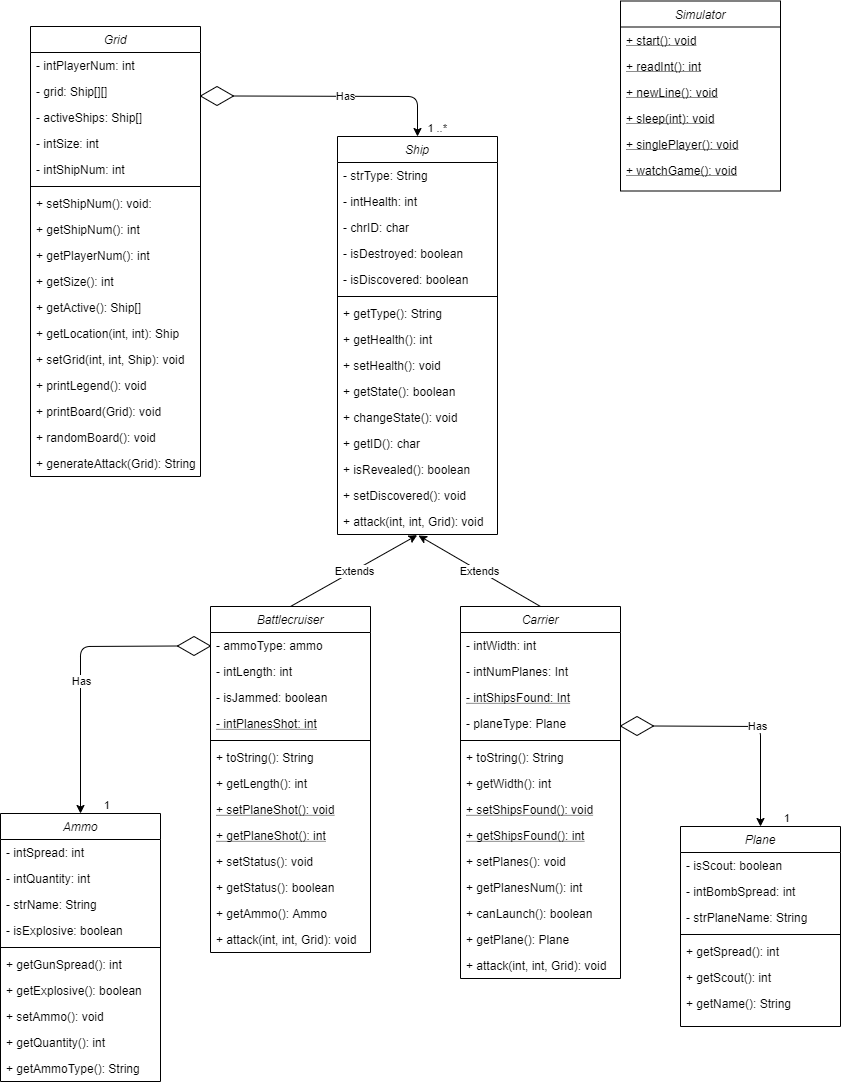
The draw.io diagram src/Class Diagram.png in SACHSTech/ics4u-oop-assignment-jeffreylin-21, before a commit. Source tidied: cells renumbered, new cells last; positions are measured from the earlier drawing's top-left corner, leaving out a move shared by most shapes.
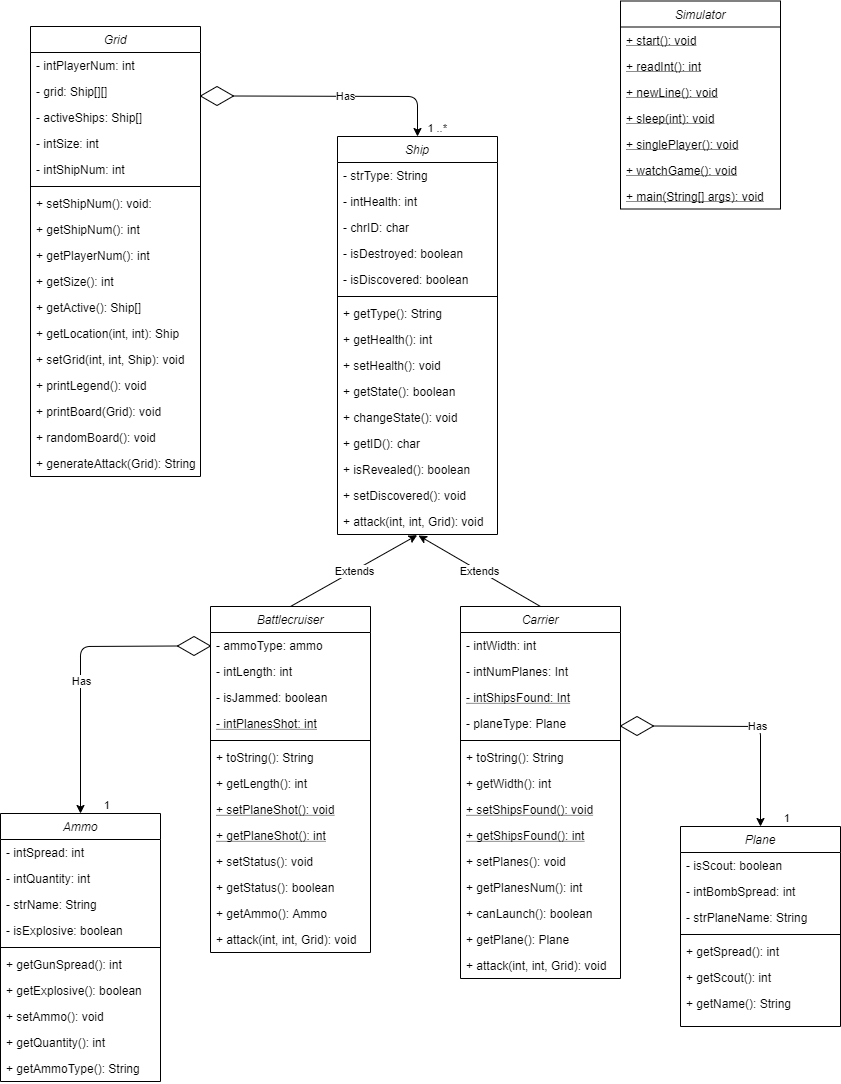
After the commit.

What changed in the source:
```diff
@@ -317,7 +317,7 @@
       </mxGeometry>
     </mxCell>
     <mxCell id="100" value="Simulator" style="swimlane;fontStyle=2;align=center;verticalAlign=top;horizontal=1;startSize=26;rounded=0;shadow=0;strokeWidth=1;" parent="1" vertex="1">
-      <mxGeometry x="620" y="0.5" width="160" height="190" as="geometry" />
+      <mxGeometry x="620" y="0.5" width="160" height="208" as="geometry" />
     </mxCell>
     <mxCell id="101" value="+ start(): void" style="text;align=left;verticalAlign=top;spacingLeft=4;spacingRight=4;overflow=hidden;fontStyle=4;" parent="100" vertex="1">
       <mxGeometry y="26" width="160" height="26" as="geometry" />
@@ -337,5 +337,8 @@
     <mxCell id="106" value="+ watchGame(): void" style="text;align=left;verticalAlign=top;spacingLeft=4;spacingRight=4;overflow=hidden;rounded=0;shadow=0;html=0;fontStyle=4;" parent="100" vertex="1">
       <mxGeometry y="156" width="160" height="26" as="geometry" />
     </mxCell>
+    <mxCell id="107" value="+ main(String[] args): void" style="text;align=left;verticalAlign=top;spacingLeft=4;spacingRight=4;overflow=hidden;rounded=0;shadow=0;html=0;fontStyle=4;" parent="100" vertex="1">
+      <mxGeometry y="182" width="160" height="26" as="geometry" />
+    </mxCell>
   </root>
 </mxGraphModel>
```
